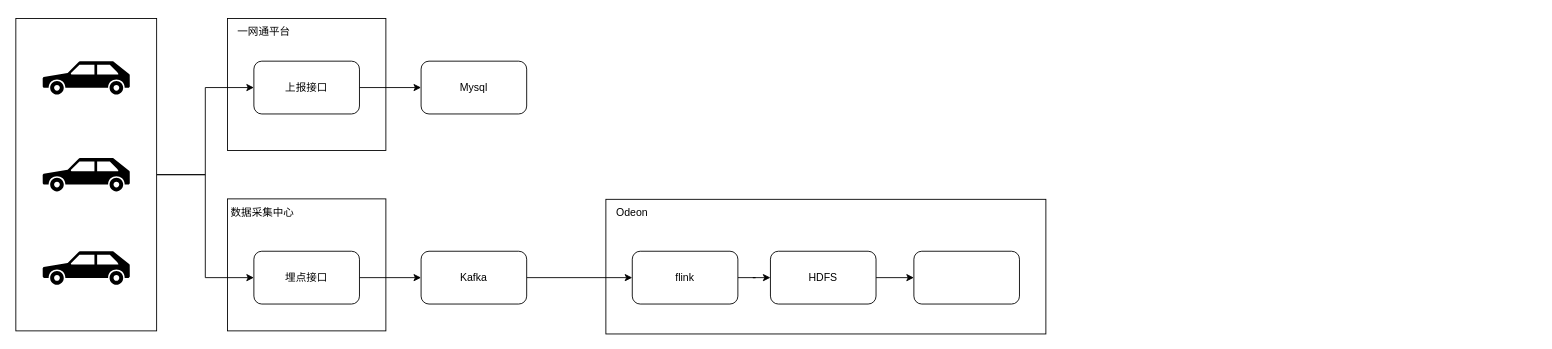
This is 故障分析平台-数据流.drawio from shaozc3g/draw_io, a draw.io file, before an edit. Source tidied: cells renumbered, new cells numbered last; positions are measured from the earlier drawing's top-left corner, leaving out a move shared by most shapes. Both pictures are drawn from the tidied source at 88%, with x=0, y=0 at pixel (16, 18).
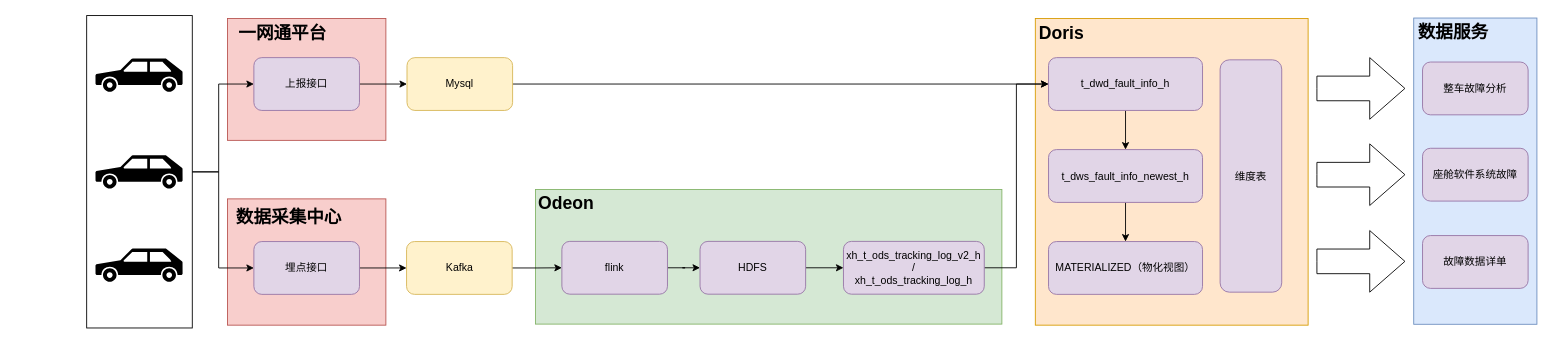
The same diagram, later.

Commit message:
更新故障分析平台-数据流.drawio

The edit, as a diff of the source:
```diff
@@
+    <mxCell id="26" style="rounded=0;whiteSpace=wrap;html=1;fillColor=#ffe6cc;strokeColor=#d79b00;" parent="1" vertex="1">
+      <mxGeometry x="1158" y="-0.5" width="310" height="348.5" as="geometry" />
+    </mxCell>
-    <mxCell id="2" style="rounded=0;whiteSpace=wrap;html=1;" parent="1" vertex="1">
-      <mxGeometry x="670" y="205" width="500" height="153" as="geometry" />
+    <mxCell id="2" style="rounded=0;whiteSpace=wrap;html=1;fillColor=#d5e8d4;strokeColor=#82b366;" parent="1" vertex="1">
+      <mxGeometry x="590" y="193.8" width="530" height="153" as="geometry" />
     </mxCell>
-    <mxCell id="3" style="rounded=0;whiteSpace=wrap;html=1;" parent="1" vertex="1">
-      <mxGeometry x="240" y="-0.5" width="180" height="150" as="geometry" />
+    <mxCell id="3" style="rounded=0;whiteSpace=wrap;html=1;fillColor=#f8cecc;strokeColor=#b85450;" parent="1" vertex="1">
+      <mxGeometry x="240" y="-0.5" width="180" height="138.5" as="geometry" />
     </mxCell>
-    <mxCell id="4" style="rounded=0;whiteSpace=wrap;html=1;" parent="1" vertex="1">
-      <mxGeometry x="240" y="204.5" width="180" height="150" as="geometry" />
+    <mxCell id="4" style="rounded=0;whiteSpace=wrap;html=1;fillColor=#f8cecc;strokeColor=#b85450;" parent="1" vertex="1">
+      <mxGeometry x="240" y="204.5" width="180" height="143.5" as="geometry" />
     </mxCell>
-    <mxCell id="5" style="edgeStyle=orthogonalEdgeStyle;rounded=0;jettySize=auto;html=1;exitX=1;exitY=0.5;exitDx=0;exitDy=0;" parent="1" edge="1" source="7" target="9">
-      <mxGeometry relative="1" as="geometry" />
+    <mxCell id="5" style="edgeStyle=orthogonalEdgeStyle;rounded=0;jettySize=auto;html=1;exitX=1;exitY=0.5;exitDx=0;exitDy=0;entryX=0;entryY=0.5;entryDx=0;entryDy=0;" parent="1" edge="1" target="9">
+      <mxGeometry relative="1" as="geometry">
+        <mxPoint x="190" y="173.8" as="sourcePoint" />
+        <Array as="points">
+          <mxPoint x="230" y="174" />
+          <mxPoint x="230" y="74" />
+        </Array>
+      </mxGeometry>
     </mxCell>
-    <mxCell id="6" style="edgeStyle=orthogonalEdgeStyle;rounded=0;jettySize=auto;html=1;exitX=1;exitY=0.5;exitDx=0;exitDy=0;entryX=0;entryY=0.5;entryDx=0;entryDy=0;" parent="1" edge="1" source="7" target="13">
-      <mxGeometry relative="1" as="geometry" />
+    <mxCell id="6" style="edgeStyle=orthogonalEdgeStyle;rounded=0;jettySize=auto;html=1;exitX=1;exitY=0.5;exitDx=0;exitDy=0;" parent="1" edge="1" target="13">
+      <mxGeometry relative="1" as="geometry">
+        <mxPoint x="180" y="173.8" as="sourcePoint" />
+        <Array as="points">
+          <mxPoint x="230" y="174" />
+          <mxPoint x="230" y="283" />
+        </Array>
+      </mxGeometry>
     </mxCell>
     <mxCell id="7" style="rounded=0;whiteSpace=wrap;html=1;" parent="1" vertex="1">
-      <mxGeometry x="-0.5" y="-0.5" width="160" height="355" as="geometry" />
+      <mxGeometry x="80" y="-3.8" width="120" height="355" as="geometry" />
     </mxCell>
@@
-    <mxCell id="9" value="上报接口" style="rounded=1;whiteSpace=wrap;html=1;" parent="1" vertex="1">
-      <mxGeometry x="270" y="48" width="120" height="60" as="geometry" />
+    <mxCell id="9" value="上报接口" style="rounded=1;whiteSpace=wrap;html=1;fillColor=#e1d5e7;strokeColor=#9673a6;" parent="1" vertex="1">
+      <mxGeometry x="270" y="44" width="120" height="60" as="geometry" />
     </mxCell>
-    <mxCell id="10" value="&amp;nbsp;一网通平台" style="text;html=1;align=center;verticalAlign=middle;whiteSpace=wrap;rounded=0;" parent="1" vertex="1">
-      <mxGeometry x="240" y="-0.5" width="80" height="30" as="geometry" />
+    <mxCell id="10" value="&amp;nbsp;一网通平台" style="text;html=1;align=center;verticalAlign=middle;whiteSpace=wrap;rounded=0;fontSize=20;fontStyle=1;" parent="1" vertex="1">
+      <mxGeometry x="240" y="-0.5" width="120" height="30" as="geometry" />
     </mxCell>
-    <mxCell id="11" value="数据采集中心" style="text;html=1;align=center;verticalAlign=middle;whiteSpace=wrap;rounded=0;" parent="1" vertex="1">
-      <mxGeometry x="240" y="204.5" width="80" height="30" as="geometry" />
+    <mxCell id="11" value="数据采集中心" style="text;html=1;align=center;verticalAlign=middle;whiteSpace=wrap;rounded=0;fontSize=20;fontStyle=1;" parent="1" vertex="1">
+      <mxGeometry x="240" y="208.5" width="140" height="30" as="geometry" />
     </mxCell>
@@
-    <mxCell id="13" value="埋点接口" style="rounded=1;whiteSpace=wrap;html=1;" parent="1" vertex="1">
-      <mxGeometry x="270" y="264" width="120" height="60" as="geometry" />
+    <mxCell id="13" value="埋点接口" style="rounded=1;whiteSpace=wrap;html=1;fillColor=#e1d5e7;strokeColor=#9673a6;" parent="1" vertex="1">
+      <mxGeometry x="270" y="253" width="120" height="60" as="geometry" />
     </mxCell>
     <mxCell id="14" style="shape=mxgraph.signs.transportation.car_3;html=1;fillColor=#000000;strokeColor=none;verticalLabelPosition=bottom;verticalAlign=top;align=center;sketch=0;" parent="1" vertex="1">
-      <mxGeometry x="30" y="48" width="99" height="38" as="geometry" />
+      <mxGeometry x="90" y="44.8" width="99" height="38" as="geometry" />
     </mxCell>
     <mxCell id="15" style="shape=mxgraph.signs.transportation.car_3;html=1;fillColor=#000000;strokeColor=none;verticalLabelPosition=bottom;verticalAlign=top;align=center;sketch=0;" parent="1" vertex="1">
-      <mxGeometry x="30" y="158" width="99" height="38" as="geometry" />
+      <mxGeometry x="90" y="154.8" width="99" height="38" as="geometry" />
     </mxCell>
     <mxCell id="16" style="shape=mxgraph.signs.transportation.car_3;html=1;fillColor=#000000;strokeColor=none;verticalLabelPosition=bottom;verticalAlign=top;align=center;sketch=0;" parent="1" vertex="1">
-      <mxGeometry x="30" y="264" width="99" height="38" as="geometry" />
+      <mxGeometry x="90" y="260.8" width="99" height="38" as="geometry" />
     </mxCell>
@@
-    <mxCell id="18" value="Kafka" style="rounded=1;whiteSpace=wrap;html=1;" parent="1" vertex="1">
-      <mxGeometry x="460" y="264" width="120" height="60" as="geometry" />
+    <mxCell id="18" value="Kafka" style="rounded=1;whiteSpace=wrap;html=1;fillColor=#fff2cc;strokeColor=#d6b656;" parent="1" vertex="1">
+      <mxGeometry x="443.5" y="253" width="120" height="60" as="geometry" />
     </mxCell>
+    <mxCell id="27" style="edgeStyle=orthogonalEdgeStyle;rounded=0;jettySize=auto;html=1;exitX=1;exitY=0.5;exitDx=0;exitDy=0;entryX=0;entryY=0.5;entryDx=0;entryDy=0;" parent="1" edge="1" source="19" target="31">
+      <mxGeometry relative="1" as="geometry" />
+    </mxCell>
-    <mxCell id="19" value="Mysql" style="rounded=1;whiteSpace=wrap;html=1;" parent="1" vertex="1">
-      <mxGeometry x="460" y="48" width="120" height="60" as="geometry" />
+    <mxCell id="19" value="Mysql" style="rounded=1;whiteSpace=wrap;html=1;fillColor=#fff2cc;strokeColor=#d6b656;" parent="1" vertex="1">
+      <mxGeometry x="444" y="44" width="120" height="60" as="geometry" />
     </mxCell>
-    <mxCell id="20" value="Odeon" style="text;html=1;align=center;verticalAlign=middle;whiteSpace=wrap;rounded=0;" parent="1" vertex="1">
-      <mxGeometry x="670" y="205" width="60" height="30" as="geometry" />
+    <mxCell id="20" value="Odeon" style="text;html=1;align=center;verticalAlign=middle;whiteSpace=wrap;rounded=0;fontSize=20;fontStyle=1;" parent="1" vertex="1">
+      <mxGeometry x="595" y="193.8" width="60" height="30" as="geometry" />
     </mxCell>
@@
-    <mxCell id="22" value="flink" style="rounded=1;whiteSpace=wrap;html=1;" parent="1" vertex="1">
-      <mxGeometry x="700" y="264" width="120" height="60" as="geometry" />
+    <mxCell id="22" value="flink" style="rounded=1;whiteSpace=wrap;html=1;fillColor=#e1d5e7;strokeColor=#9673a6;" parent="1" vertex="1">
+      <mxGeometry x="620" y="252.8" width="120" height="60" as="geometry" />
     </mxCell>
@@
-    <mxCell id="24" value="HDFS" style="rounded=1;whiteSpace=wrap;html=1;" parent="1" vertex="1">
-      <mxGeometry x="857" y="264" width="120" height="60" as="geometry" />
+    <mxCell id="24" value="HDFS" style="rounded=1;whiteSpace=wrap;html=1;fillColor=#e1d5e7;strokeColor=#9673a6;" parent="1" vertex="1">
+      <mxGeometry x="777" y="252.8" width="120" height="60" as="geometry" />
     </mxCell>
+    <mxCell id="28" style="edgeStyle=orthogonalEdgeStyle;rounded=0;jettySize=auto;html=1;exitX=1;exitY=0.5;exitDx=0;exitDy=0;entryX=0;entryY=0.5;entryDx=0;entryDy=0;" parent="1" edge="1" source="25" target="31">
+      <mxGeometry relative="1" as="geometry" />
+    </mxCell>
-    <mxCell id="25" style="rounded=1;whiteSpace=wrap;html=1;" parent="1" vertex="1">
-      <mxGeometry x="1020" y="264" width="120" height="60" as="geometry" />
+    <mxCell id="25" value="xh_t_ods_tracking_log_v2_h&lt;div&gt;/&lt;/div&gt;&lt;div&gt;xh_t_ods_tracking_log_h&lt;/div&gt;" style="rounded=1;whiteSpace=wrap;html=1;fillColor=#e1d5e7;strokeColor=#9673a6;" parent="1" vertex="1">
+      <mxGeometry x="940" y="252.8" width="160" height="60" as="geometry" />
     </mxCell>
+    <mxCell id="29" value="Doris" style="text;html=1;align=center;verticalAlign=middle;whiteSpace=wrap;rounded=0;fontSize=20;fontStyle=1;" parent="1" vertex="1">
+      <mxGeometry x="1158" y="-0.5" width="60" height="30" as="geometry" />
+    </mxCell>
+    <mxCell id="30" style="edgeStyle=orthogonalEdgeStyle;rounded=0;jettySize=auto;html=1;" parent="1" edge="1" source="31" target="33">
+      <mxGeometry relative="1" as="geometry" />
+    </mxCell>
+    <mxCell id="31" value="t_dwd_fault_info_h" style="rounded=1;whiteSpace=wrap;html=1;fillColor=#e1d5e7;strokeColor=#9673a6;" parent="1" vertex="1">
+      <mxGeometry x="1173" y="44" width="175" height="60" as="geometry" />
+    </mxCell>
+    <mxCell id="32" style="edgeStyle=orthogonalEdgeStyle;rounded=0;jettySize=auto;html=1;" parent="1" edge="1" source="33" target="34">
+      <mxGeometry relative="1" as="geometry" />
+    </mxCell>
+    <mxCell id="33" value="t_dws_fault_info_newest_h" style="rounded=1;whiteSpace=wrap;html=1;fillColor=#e1d5e7;strokeColor=#9673a6;" parent="1" vertex="1">
+      <mxGeometry x="1173" y="148.5" width="175" height="60" as="geometry" />
+    </mxCell>
+    <mxCell id="34" value="MATERIALIZED（物化视图）" style="rounded=1;whiteSpace=wrap;html=1;fillColor=#e1d5e7;strokeColor=#9673a6;" parent="1" vertex="1">
+      <mxGeometry x="1173" y="253" width="175" height="60" as="geometry" />
+    </mxCell>
+    <mxCell id="35" value="维度表" style="rounded=1;whiteSpace=wrap;html=1;fillColor=#e1d5e7;strokeColor=#9673a6;" parent="1" vertex="1">
+      <mxGeometry x="1368" y="46.5" width="70" height="264" as="geometry" />
+    </mxCell>
+    <mxCell id="36" style="rounded=0;whiteSpace=wrap;html=1;fillColor=#dae8fc;strokeColor=#6c8ebf;" parent="1" vertex="1">
+      <mxGeometry x="1588" y="-1" width="140" height="348" as="geometry" />
+    </mxCell>
+    <mxCell id="37" style="html=1;shadow=0;dashed=0;align=center;verticalAlign=middle;shape=mxgraph.arrows2.arrow;dy=0.6;dx=40;notch=0;" parent="1" vertex="1">
+      <mxGeometry x="1478" y="44" width="100" height="70" as="geometry" />
+    </mxCell>
+    <mxCell id="38" style="html=1;shadow=0;dashed=0;align=center;verticalAlign=middle;shape=mxgraph.arrows2.arrow;dy=0.6;dx=40;notch=0;" parent="1" vertex="1">
+      <mxGeometry x="1478" y="142" width="100" height="70" as="geometry" />
+    </mxCell>
+    <mxCell id="39" style="html=1;shadow=0;dashed=0;align=center;verticalAlign=middle;shape=mxgraph.arrows2.arrow;dy=0.6;dx=40;notch=0;" parent="1" vertex="1">
+      <mxGeometry x="1478" y="240.5" width="100" height="70" as="geometry" />
+    </mxCell>
+    <mxCell id="40" value="数据服务" style="text;html=1;align=center;verticalAlign=middle;whiteSpace=wrap;rounded=0;fontSize=20;fontStyle=1;" parent="1" vertex="1">
+      <mxGeometry x="1588" y="-1" width="90" height="30" as="geometry" />
+    </mxCell>
+    <mxCell id="41" value="整车故障分析" style="rounded=1;whiteSpace=wrap;html=1;fillColor=#e1d5e7;strokeColor=#9673a6;" parent="1" vertex="1">
+      <mxGeometry x="1598" y="49" width="120" height="60" as="geometry" />
+    </mxCell>
+    <mxCell id="42" value="座舱软件系统故障" style="rounded=1;whiteSpace=wrap;html=1;fillColor=#e1d5e7;strokeColor=#9673a6;" parent="1" vertex="1">
+      <mxGeometry x="1598" y="147" width="120" height="60" as="geometry" />
+    </mxCell>
+    <mxCell id="43" value="故障数据详单" style="rounded=1;whiteSpace=wrap;html=1;fillColor=#e1d5e7;strokeColor=#9673a6;" parent="1" vertex="1">
+      <mxGeometry x="1598" y="246.2" width="120" height="60" as="geometry" />
+    </mxCell>
```
